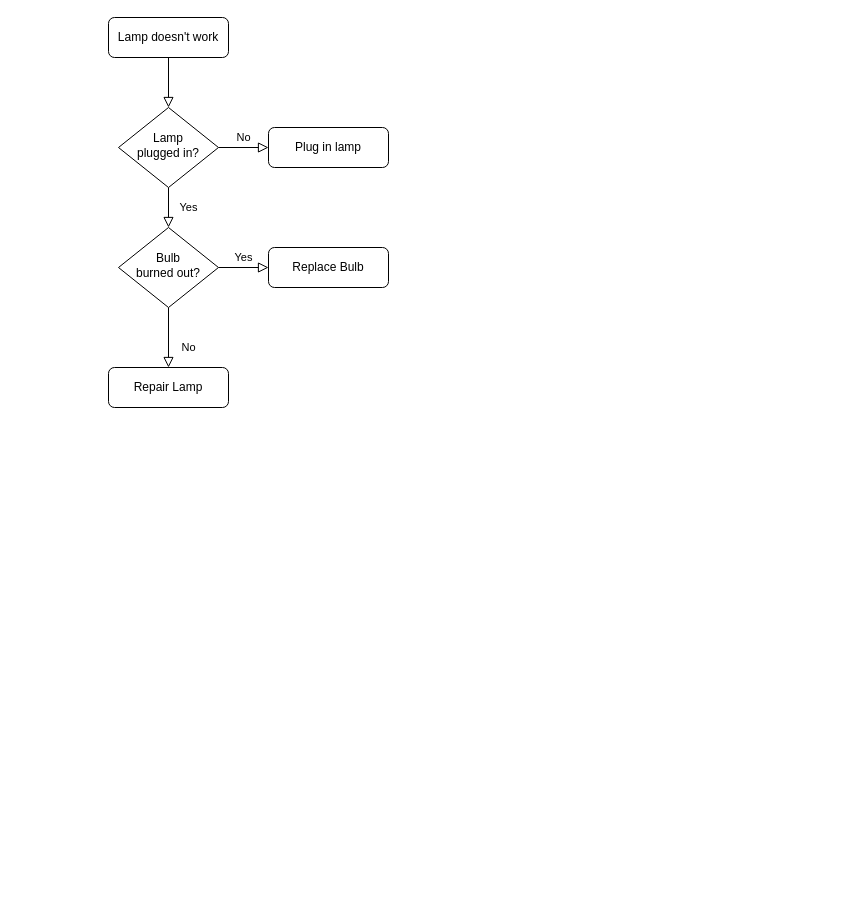
MizinkoAlternative5/Flow keeps this draw.io diagram as 名称未設定ファイル.drawio. Above is the earlier version. Source tidied: cells renumbered, new cells numbered last; positions are measured from the earlier drawing's top-left corner, leaving out a move shared by most shapes. Both pictures are drawn from the tidied source at 100%, with x=0, y=0 at pixel (108, 17).
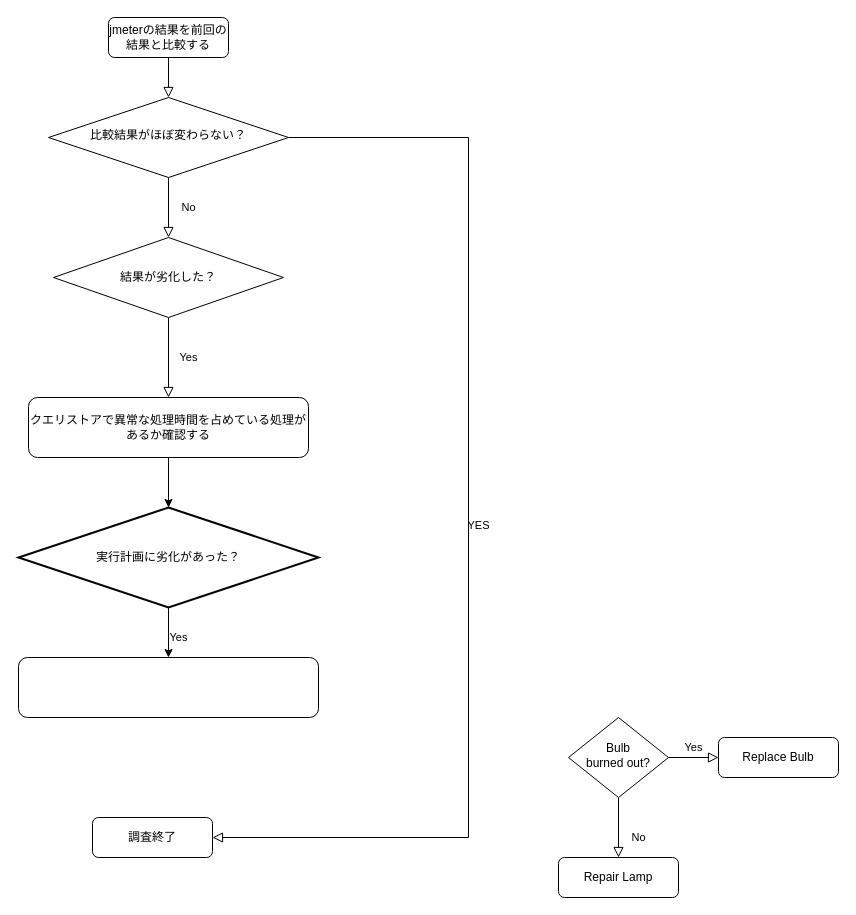
After the change.

Commit message (it also covers changes not shown here):
名称未設定ファイル.drawio を更新します

Diff of the diagram source:
```diff
@@
-    <mxCell id="3" value="Lamp doesn't work" style="rounded=1;whiteSpace=wrap;html=1;fontSize=12;glass=0;strokeWidth=1;shadow=0;" parent="1" vertex="1">
+    <mxCell id="3" value="jmeterの結果を前回の結果と比較する" style="rounded=1;whiteSpace=wrap;html=1;fontSize=12;glass=0;strokeWidth=1;shadow=0;" parent="1" vertex="1">
       <mxGeometry width="120" height="40" as="geometry" />
     </mxCell>
-    <mxCell id="4" value="Yes" style="rounded=0;html=1;jettySize=auto;fontSize=11;endArrow=block;endFill=0;endSize=8;strokeWidth=1;shadow=0;labelBackgroundColor=none;edgeStyle=orthogonalEdgeStyle;" parent="1" edge="1" source="6" target="10">
+    <mxCell id="4" value="No" style="rounded=0;html=1;jettySize=auto;fontSize=11;endArrow=block;endFill=0;endSize=8;strokeWidth=1;shadow=0;labelBackgroundColor=none;edgeStyle=orthogonalEdgeStyle;entryX=0.5;entryY=0;entryDx=0;entryDy=0;" parent="1" edge="1" source="6" target="16">
       <mxGeometry y="20" relative="1" as="geometry" />
     </mxCell>
-    <mxCell id="5" value="No" style="edgeStyle=orthogonalEdgeStyle;rounded=0;html=1;jettySize=auto;fontSize=11;endArrow=block;endFill=0;endSize=8;strokeWidth=1;shadow=0;labelBackgroundColor=none;" parent="1" edge="1" source="6" target="7">
-      <mxGeometry y="10" relative="1" as="geometry" />
+    <mxCell id="5" value="YES" style="edgeStyle=orthogonalEdgeStyle;rounded=0;html=1;jettySize=auto;fontSize=11;endArrow=block;endFill=0;endSize=8;strokeWidth=1;shadow=0;labelBackgroundColor=none;" parent="1" edge="1" source="6" target="7">
+      <mxGeometry y="10" relative="1" as="geometry">
+        <Array as="points">
+          <mxPoint x="360" y="120" />
+          <mxPoint x="360" y="820" />
+        </Array>
+      </mxGeometry>
     </mxCell>
-    <mxCell id="6" value="Lamp&lt;br&gt;plugged in?" style="rhombus;whiteSpace=wrap;html=1;shadow=0;fontFamily=Helvetica;fontSize=12;align=center;strokeWidth=1;spacing=6;spacingTop=-4;" parent="1" vertex="1">
-      <mxGeometry x="10" y="90" width="100" height="80" as="geometry" />
+    <mxCell id="6" value="比較結果がほぼ変わらない？" style="rhombus;whiteSpace=wrap;html=1;shadow=0;fontFamily=Helvetica;fontSize=12;align=center;strokeWidth=1;spacing=6;spacingTop=-4;" parent="1" vertex="1">
+      <mxGeometry x="-60" y="80" width="240" height="80" as="geometry" />
     </mxCell>
-    <mxCell id="7" value="Plug in lamp" style="rounded=1;whiteSpace=wrap;html=1;fontSize=12;glass=0;strokeWidth=1;shadow=0;" parent="1" vertex="1">
-      <mxGeometry x="160" y="110" width="120" height="40" as="geometry" />
+    <mxCell id="7" value="調査終了" style="rounded=1;whiteSpace=wrap;html=1;fontSize=12;glass=0;strokeWidth=1;shadow=0;" parent="1" vertex="1">
+      <mxGeometry x="-16" y="800" width="120" height="40" as="geometry" />
     </mxCell>
@@
     <mxCell id="10" value="Bulb&lt;br&gt;burned out?" style="rhombus;whiteSpace=wrap;html=1;shadow=0;fontFamily=Helvetica;fontSize=12;align=center;strokeWidth=1;spacing=6;spacingTop=-4;" parent="1" vertex="1">
-      <mxGeometry x="10" y="210" width="100" height="80" as="geometry" />
+      <mxGeometry x="460" y="700" width="100" height="80" as="geometry" />
     </mxCell>
     <mxCell id="11" value="Repair Lamp" style="rounded=1;whiteSpace=wrap;html=1;fontSize=12;glass=0;strokeWidth=1;shadow=0;" parent="1" vertex="1">
-      <mxGeometry y="350" width="120" height="40" as="geometry" />
+      <mxGeometry x="450" y="840" width="120" height="40" as="geometry" />
     </mxCell>
     <mxCell id="12" value="Replace Bulb" style="rounded=1;whiteSpace=wrap;html=1;fontSize=12;glass=0;strokeWidth=1;shadow=0;" parent="1" vertex="1">
-      <mxGeometry x="160" y="230" width="120" height="40" as="geometry" />
+      <mxGeometry x="610" y="720" width="120" height="40" as="geometry" />
     </mxCell>
+    <mxCell id="13" style="edgeStyle=orthogonalEdgeStyle;rounded=0;jettySize=auto;html=1;entryX=0.5;entryY=0;entryDx=0;entryDy=0;entryPerimeter=0;" parent="1" edge="1" source="14" target="18">
+      <mxGeometry relative="1" as="geometry" />
+    </mxCell>
+    <mxCell id="14" value="クエリストアで異常な処理時間を占めている処理があるか確認する" style="rounded=1;whiteSpace=wrap;html=1;" parent="1" vertex="1">
+      <mxGeometry x="-80" y="380" width="280" height="60" as="geometry" />
+    </mxCell>
+    <mxCell id="15" value="Yes" style="edgeStyle=orthogonalEdgeStyle;rounded=0;jettySize=auto;html=1;entryX=0.5;entryY=0;entryDx=0;entryDy=0;labelBackgroundColor=none;endArrow=block;endFill=0;endSize=8;strokeWidth=1;shadow=0;" parent="1" edge="1" source="16" target="14">
+      <mxGeometry y="20" relative="1" as="geometry" />
+    </mxCell>
+    <mxCell id="16" value="結果が劣化した？" style="rhombus;whiteSpace=wrap;html=1;" parent="1" vertex="1">
+      <mxGeometry x="-55" y="220" width="230" height="80" as="geometry" />
+    </mxCell>
+    <mxCell id="17" value="Yes" style="edgeStyle=orthogonalEdgeStyle;rounded=0;jettySize=auto;html=1;" parent="1" edge="1" source="18" target="19">
+      <mxGeometry x="0.2" y="10" relative="1" as="geometry" />
+    </mxCell>
+    <mxCell id="18" value="実行計画に劣化があった？" style="strokeWidth=2;html=1;shape=mxgraph.flowchart.decision;whiteSpace=wrap;" parent="1" vertex="1">
+      <mxGeometry x="-90" y="490" width="300" height="100" as="geometry" />
+    </mxCell>
+    <mxCell id="19" style="rounded=1;whiteSpace=wrap;html=1;" parent="1" vertex="1">
+      <mxGeometry x="-90" y="640" width="300" height="60" as="geometry" />
+    </mxCell>
```
